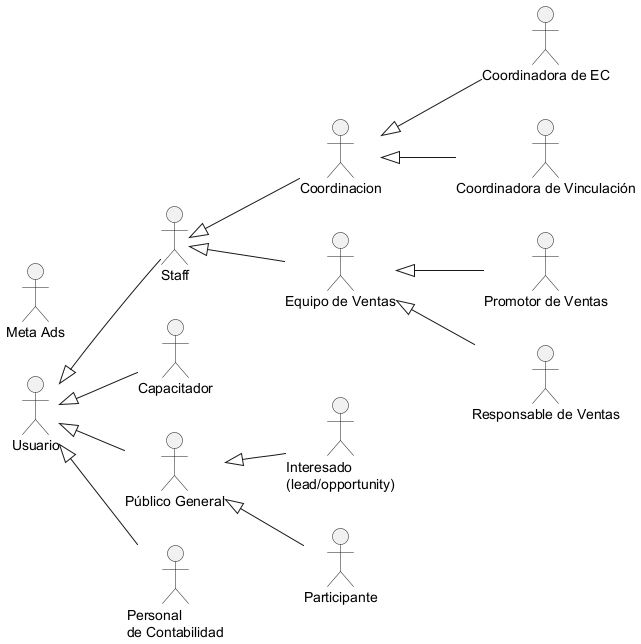
This is Docs/Requerimientos/Diagramas/img/System Actors.png from Proyectos-Vinculacion-FMAT/ECFCA, a PlantUML export, as it was before one commit.
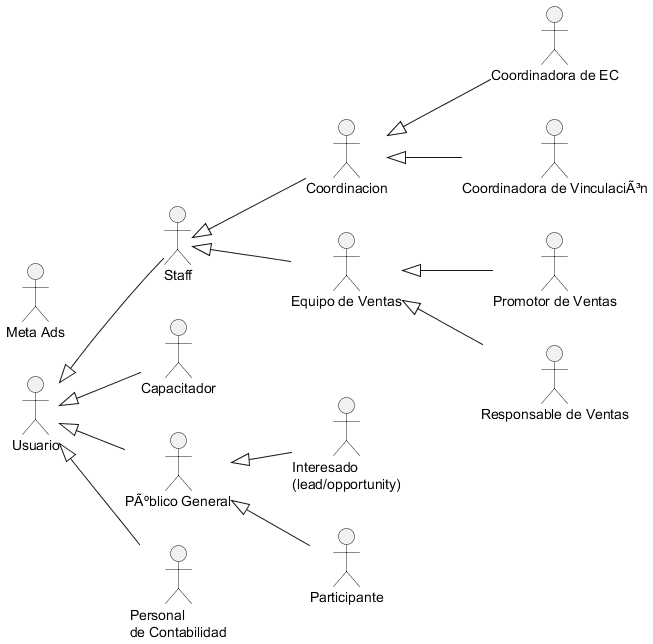
The same diagram one commit later.

What changed in the source:
```diff
@@ -7,13 +7,13 @@
 actor Staff
 actor Coordinacion
 actor Capacitador
-actor "Público General" as publico_general
+actor "PÃºblico General" as publico_general
 actor "Personal\nde Contabilidad" as personal_contabilidad
 
 actor "Promotor de Ventas" as promotor_ventas
 actor "Responsable de Ventas" as responsable_ventas
 actor "Coordinadora de EC" as coordinadora_ec
-actor "Coordinadora de Vinculación" as coordinadora_vinculacion
+actor "Coordinadora de VinculaciÃ³n" as coordinadora_vinculacion
 
 
 actor "Equipo de Ventas" as equipo_ventas
```
